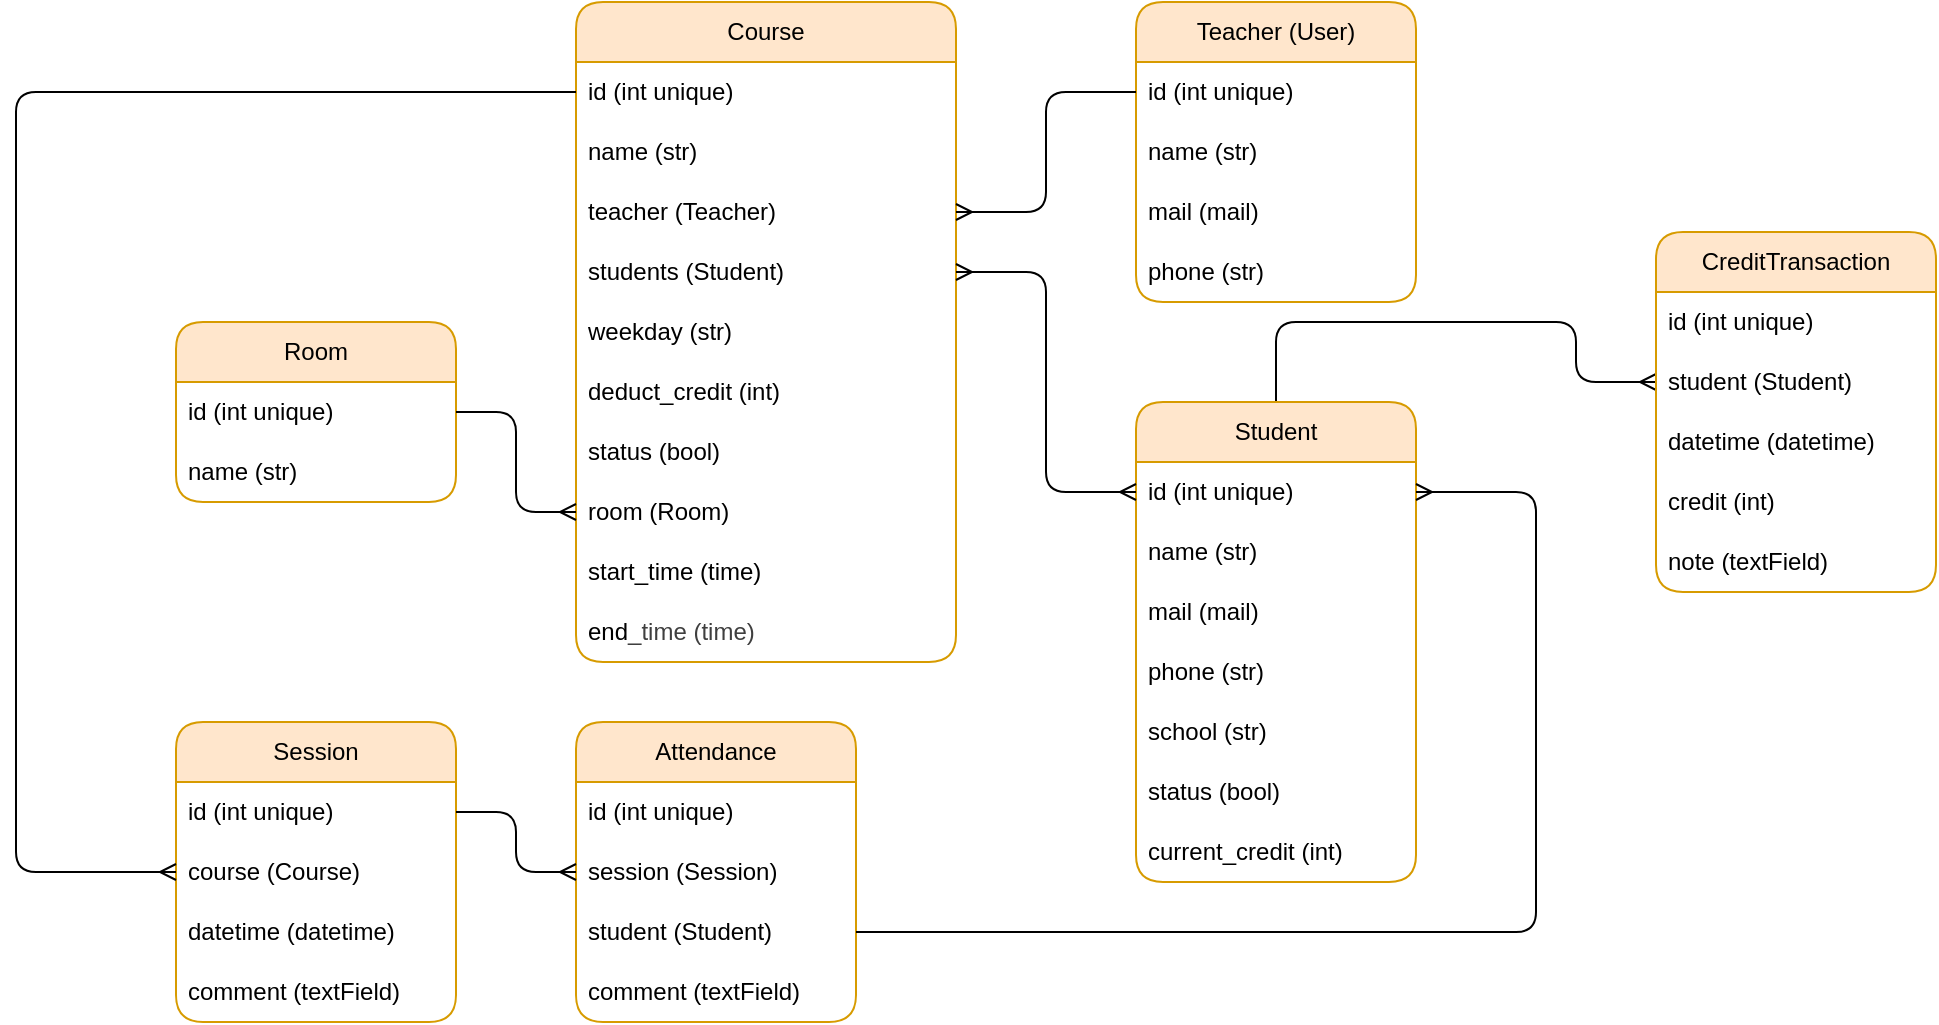
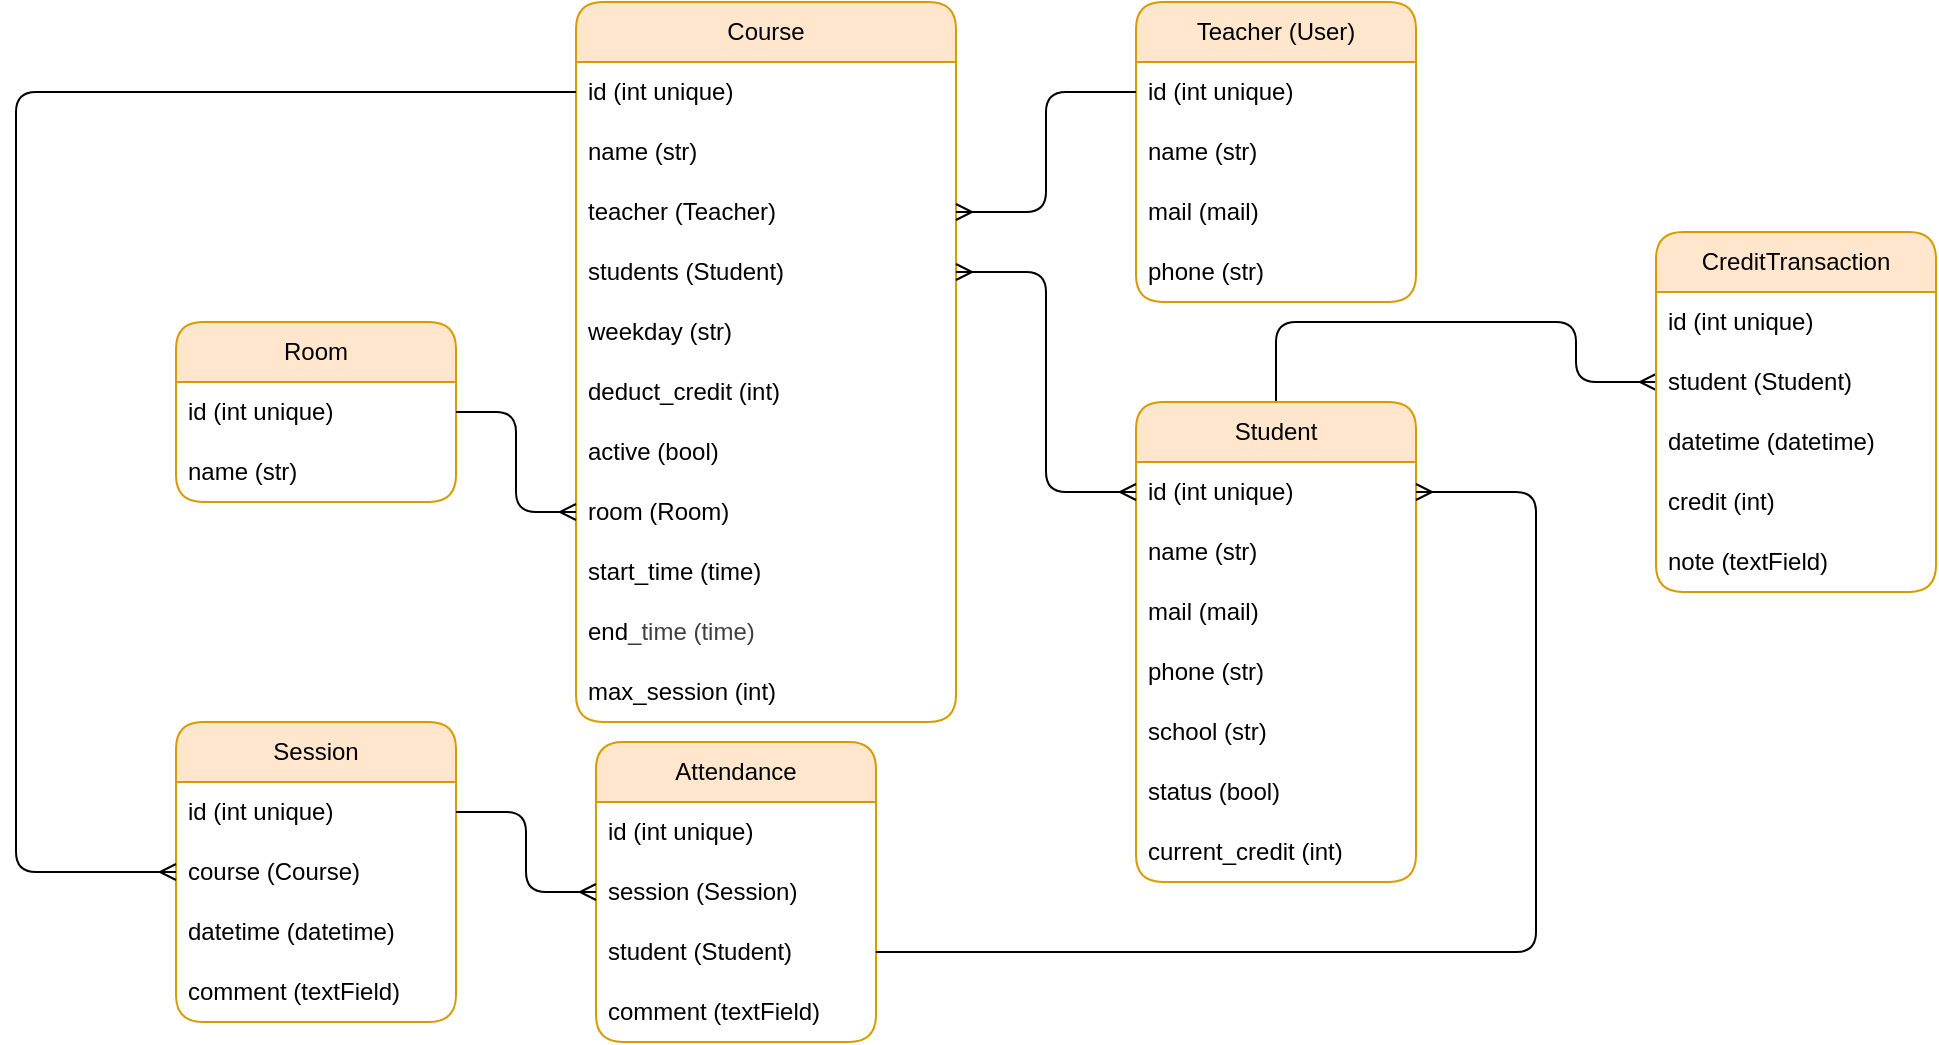
<mxfile host="65bd71144e">
    <diagram id="ccH93MqKZYoqVaAaKhyf" name="Page-1">
-         <mxGraphModel dx="1519" dy="264" grid="1" gridSize="10" guides="1" tooltips="1" connect="1" arrows="1" fold="1" page="1" pageScale="1" pageWidth="850" pageHeight="1100" math="0" shadow="0">
+         <mxGraphModel dx="1890" dy="1058" grid="1" gridSize="10" guides="1" tooltips="1" connect="1" arrows="1" fold="1" page="1" pageScale="1" pageWidth="850" pageHeight="1100" math="0" shadow="0">
            <root>
                <mxCell id="0"/>
                <mxCell id="1" parent="0"/>
                <mxCell id="13" value="Course" style="swimlane;fontStyle=0;childLayout=stackLayout;horizontal=1;startSize=30;horizontalStack=0;resizeParent=1;resizeParentMax=0;resizeLast=0;collapsible=1;marginBottom=0;whiteSpace=wrap;html=1;fillColor=#ffe6cc;strokeColor=#d79b00;perimeterSpacing=0;rounded=1;swimlaneLine=1;glass=0;shadow=0;strokeWidth=1;" parent="1" vertex="1">
-                     <mxGeometry x="240" y="40" width="190" height="330" as="geometry"/>
+                     <mxGeometry x="240" y="40" width="190" height="360" as="geometry"/>
                </mxCell>
                <mxCell id="39" value="id (int unique)&lt;span style=&quot;font-family: monospace; font-size: 0px; text-wrap-mode: nowrap;&quot;&gt;%3CmxGraphModel%3E%3Croot%3E%3CmxCell%20id%3D%220%22%2F%3E%3CmxCell%20id%3D%221%22%20parent%3D%220%22%2F%3E%3CmxCell%20id%3D%222%22%20value%3D%22name%20(str)%22%20style%3D%22text%3BstrokeColor%3Dnone%3BfillColor%3Dnone%3Balign%3Dleft%3BverticalAlign%3Dmiddle%3BspacingLeft%3D4%3BspacingRight%3D4%3Boverflow%3Dhidden%3Bpoints%3D%5B%5B0%2C0.5%5D%2C%5B1%2C0.5%5D%5D%3BportConstraint%3Deastwest%3Brotatable%3D0%3BwhiteSpace%3Dwrap%3Bhtml%3D1%3BfontFamily%3DHelvetica%3BfontSize%3D12%3BfontColor%3Ddefault%3BfontStyle%3D0%3B%22%20vertex%3D%221%22%20parent%3D%221%22%3E%3CmxGeometry%20x%3D%22520%22%20y%3D%2270%22%20width%3D%22140%22%20height%3D%2230%22%20as%3D%22geometry%22%2F%3E%3C%2FmxCell%3E%3C%2Froot%3E%3C%2FmxGraphModel%3E&lt;/span&gt;" style="text;strokeColor=none;fillColor=none;align=left;verticalAlign=middle;spacingLeft=4;spacingRight=4;overflow=hidden;points=[[0,0.5],[1,0.5]];portConstraint=eastwest;rotatable=0;whiteSpace=wrap;html=1;fontFamily=Helvetica;fontSize=12;fontColor=default;fontStyle=0;" parent="13" vertex="1">
                    <mxGeometry y="30" width="190" height="30" as="geometry"/>
                </mxCell>
                <mxCell id="14" value="name (str)" style="text;strokeColor=none;fillColor=none;align=left;verticalAlign=middle;spacingLeft=4;spacingRight=4;overflow=hidden;points=[[0,0.5],[1,0.5]];portConstraint=eastwest;rotatable=0;whiteSpace=wrap;html=1;" parent="13" vertex="1">
                    <mxGeometry y="60" width="190" height="30" as="geometry"/>
                </mxCell>
                <mxCell id="16" value="teacher (Teacher)" style="text;strokeColor=none;fillColor=none;align=left;verticalAlign=middle;spacingLeft=4;spacingRight=4;overflow=hidden;points=[[0,0.5],[1,0.5]];portConstraint=eastwest;rotatable=0;whiteSpace=wrap;html=1;" parent="13" vertex="1">
                    <mxGeometry y="90" width="190" height="30" as="geometry"/>
                </mxCell>
                <mxCell id="17" value="students (Student)" style="text;strokeColor=none;fillColor=none;align=left;verticalAlign=middle;spacingLeft=4;spacingRight=4;overflow=hidden;points=[[0,0.5],[1,0.5]];portConstraint=eastwest;rotatable=0;whiteSpace=wrap;html=1;" parent="13" vertex="1">
                    <mxGeometry y="120" width="190" height="30" as="geometry"/>
                </mxCell>
                <mxCell id="18" value="weekday (str)" style="text;strokeColor=none;fillColor=none;align=left;verticalAlign=middle;spacingLeft=4;spacingRight=4;overflow=hidden;points=[[0,0.5],[1,0.5]];portConstraint=eastwest;rotatable=0;whiteSpace=wrap;html=1;" parent="13" vertex="1">
                    <mxGeometry y="150" width="190" height="30" as="geometry"/>
                </mxCell>
                <mxCell id="58" value="deduct_credit (int)" style="text;strokeColor=none;fillColor=none;align=left;verticalAlign=middle;spacingLeft=4;spacingRight=4;overflow=hidden;points=[[0,0.5],[1,0.5]];portConstraint=eastwest;rotatable=0;whiteSpace=wrap;html=1;" parent="13" vertex="1">
                    <mxGeometry y="180" width="190" height="30" as="geometry"/>
                </mxCell>
-                 <mxCell id="19" value="status (bool)" style="text;strokeColor=none;fillColor=none;align=left;verticalAlign=middle;spacingLeft=4;spacingRight=4;overflow=hidden;points=[[0,0.5],[1,0.5]];portConstraint=eastwest;rotatable=0;whiteSpace=wrap;html=1;" parent="13" vertex="1">
+                 <mxCell id="19" value="active (bool)" style="text;strokeColor=none;fillColor=none;align=left;verticalAlign=middle;spacingLeft=4;spacingRight=4;overflow=hidden;points=[[0,0.5],[1,0.5]];portConstraint=eastwest;rotatable=0;whiteSpace=wrap;html=1;" parent="13" vertex="1">
                    <mxGeometry y="210" width="190" height="30" as="geometry"/>
                </mxCell>
                <mxCell id="20" value="room (Room)" style="text;strokeColor=none;fillColor=none;align=left;verticalAlign=middle;spacingLeft=4;spacingRight=4;overflow=hidden;points=[[0,0.5],[1,0.5]];portConstraint=eastwest;rotatable=0;whiteSpace=wrap;html=1;" parent="13" vertex="1">
                    <mxGeometry y="240" width="190" height="30" as="geometry"/>
                </mxCell>
                <mxCell id="21" value="start_time (time)" style="text;strokeColor=none;fillColor=none;align=left;verticalAlign=middle;spacingLeft=4;spacingRight=4;overflow=hidden;points=[[0,0.5],[1,0.5]];portConstraint=eastwest;rotatable=0;whiteSpace=wrap;html=1;" parent="13" vertex="1">
                    <mxGeometry y="270" width="190" height="30" as="geometry"/>
                </mxCell>
                <mxCell id="22" value="end&lt;span style=&quot;color: rgb(63, 63, 63); background-color: transparent;&quot;&gt;_time (time)&lt;/span&gt;" style="text;strokeColor=none;fillColor=none;align=left;verticalAlign=middle;spacingLeft=4;spacingRight=4;overflow=hidden;points=[[0,0.5],[1,0.5]];portConstraint=eastwest;rotatable=0;whiteSpace=wrap;html=1;" parent="13" vertex="1">
                    <mxGeometry y="300" width="190" height="30" as="geometry"/>
+                 </mxCell>
+                 <mxCell id="84" value="max_session (int)" style="text;strokeColor=none;fillColor=none;align=left;verticalAlign=middle;spacingLeft=4;spacingRight=4;overflow=hidden;points=[[0,0.5],[1,0.5]];portConstraint=eastwest;rotatable=0;whiteSpace=wrap;html=1;" vertex="1" parent="13">
+                     <mxGeometry y="330" width="190" height="30" as="geometry"/>
                </mxCell>
                <mxCell id="33" value="Teacher (User)" style="swimlane;fontStyle=0;childLayout=stackLayout;horizontal=1;startSize=30;horizontalStack=0;resizeParent=1;resizeParentMax=0;resizeLast=0;collapsible=1;marginBottom=0;whiteSpace=wrap;html=1;rounded=1;shadow=0;glass=0;strokeColor=#d79b00;strokeWidth=1;align=center;verticalAlign=middle;fontFamily=Helvetica;fontSize=12;fontColor=default;fillColor=#ffe6cc;" parent="1" vertex="1">
                    <mxGeometry x="520" y="40" width="140" height="150" as="geometry"/>
                </mxCell>
                <mxCell id="38" value="id (int unique)&lt;span style=&quot;font-family: monospace; font-size: 0px; text-wrap-mode: nowrap;&quot;&gt;%3CmxGraphModel%3E%3Croot%3E%3CmxCell%20id%3D%220%22%2F%3E%3CmxCell%20id%3D%221%22%20parent%3D%220%22%2F%3E%3CmxCell%20id%3D%222%22%20value%3D%22name%20(str)%22%20style%3D%22text%3BstrokeColor%3Dnone%3BfillColor%3Dnone%3Balign%3Dleft%3BverticalAlign%3Dmiddle%3BspacingLeft%3D4%3BspacingRight%3D4%3Boverflow%3Dhidden%3Bpoints%3D%5B%5B0%2C0.5%5D%2C%5B1%2C0.5%5D%5D%3BportConstraint%3Deastwest%3Brotatable%3D0%3BwhiteSpace%3Dwrap%3Bhtml%3D1%3BfontFamily%3DHelvetica%3BfontSize%3D12%3BfontColor%3Ddefault%3BfontStyle%3D0%3B%22%20vertex%3D%221%22%20parent%3D%221%22%3E%3CmxGeometry%20x%3D%22520%22%20y%3D%2270%22%20width%3D%22140%22%20height%3D%2230%22%20as%3D%22geometry%22%2F%3E%3C%2FmxCell%3E%3C%2Froot%3E%3C%2FmxGraphModel%3E&lt;/span&gt;" style="text;strokeColor=none;fillColor=none;align=left;verticalAlign=middle;spacingLeft=4;spacingRight=4;overflow=hidden;points=[[0,0.5],[1,0.5]];portConstraint=eastwest;rotatable=0;whiteSpace=wrap;html=1;fontFamily=Helvetica;fontSize=12;fontColor=default;fontStyle=0;" parent="33" vertex="1">
                    <mxGeometry y="30" width="140" height="30" as="geometry"/>
                </mxCell>
                <mxCell id="34" value="name (str)" style="text;strokeColor=none;fillColor=none;align=left;verticalAlign=middle;spacingLeft=4;spacingRight=4;overflow=hidden;points=[[0,0.5],[1,0.5]];portConstraint=eastwest;rotatable=0;whiteSpace=wrap;html=1;fontFamily=Helvetica;fontSize=12;fontColor=default;fontStyle=0;" parent="33" vertex="1">
                    <mxGeometry y="60" width="140" height="30" as="geometry"/>
                </mxCell>
                <mxCell id="35" value="mail (mail)" style="text;strokeColor=none;fillColor=none;align=left;verticalAlign=middle;spacingLeft=4;spacingRight=4;overflow=hidden;points=[[0,0.5],[1,0.5]];portConstraint=eastwest;rotatable=0;whiteSpace=wrap;html=1;fontFamily=Helvetica;fontSize=12;fontColor=default;fontStyle=0;" parent="33" vertex="1">
                    <mxGeometry y="90" width="140" height="30" as="geometry"/>
                </mxCell>
                <mxCell id="36" value="phone (str)" style="text;strokeColor=none;fillColor=none;align=left;verticalAlign=middle;spacingLeft=4;spacingRight=4;overflow=hidden;points=[[0,0.5],[1,0.5]];portConstraint=eastwest;rotatable=0;whiteSpace=wrap;html=1;fontFamily=Helvetica;fontSize=12;fontColor=default;fontStyle=0;" parent="33" vertex="1">
                    <mxGeometry y="120" width="140" height="30" as="geometry"/>
                </mxCell>
                <mxCell id="40" style="edgeStyle=orthogonalEdgeStyle;html=1;exitX=1;exitY=0.5;exitDx=0;exitDy=0;entryX=0;entryY=0.5;entryDx=0;entryDy=0;fontFamily=Helvetica;fontSize=12;fontColor=default;fontStyle=0;endArrow=none;endFill=0;startArrow=ERmany;startFill=0;" parent="1" source="16" target="38" edge="1">
                    <mxGeometry relative="1" as="geometry"/>
                </mxCell>
-                 <mxCell id="83" style="edgeStyle=orthogonalEdgeStyle;html=1;exitX=0.5;exitY=0;exitDx=0;exitDy=0;entryX=0;entryY=0.5;entryDx=0;entryDy=0;fontFamily=Helvetica;fontSize=12;fontColor=default;fontStyle=0;labelBackgroundColor=none;endArrow=ERmany;endFill=0;" edge="1" parent="1" source="41" target="79">
+                 <mxCell id="83" style="edgeStyle=orthogonalEdgeStyle;html=1;exitX=0.5;exitY=0;exitDx=0;exitDy=0;entryX=0;entryY=0.5;entryDx=0;entryDy=0;fontFamily=Helvetica;fontSize=12;fontColor=default;fontStyle=0;labelBackgroundColor=none;endArrow=ERmany;endFill=0;" parent="1" source="41" target="79" edge="1">
                    <mxGeometry relative="1" as="geometry">
                        <Array as="points">
                            <mxPoint x="590" y="200"/>
                            <mxPoint x="740" y="200"/>
                            <mxPoint x="740" y="230"/>
                        </Array>
                    </mxGeometry>
                </mxCell>
                <mxCell id="41" value="Student" style="swimlane;fontStyle=0;childLayout=stackLayout;horizontal=1;startSize=30;horizontalStack=0;resizeParent=1;resizeParentMax=0;resizeLast=0;collapsible=1;marginBottom=0;whiteSpace=wrap;html=1;rounded=1;shadow=0;glass=0;strokeColor=#d79b00;strokeWidth=1;align=center;verticalAlign=middle;fontFamily=Helvetica;fontSize=12;fontColor=default;labelBackgroundColor=none;fillColor=#ffe6cc;" parent="1" vertex="1">
                    <mxGeometry x="520" y="240" width="140" height="240" as="geometry"/>
                </mxCell>
                <mxCell id="42" value="id (int unique)" style="text;strokeColor=none;fillColor=none;align=left;verticalAlign=middle;spacingLeft=4;spacingRight=4;overflow=hidden;points=[[0,0.5],[1,0.5]];portConstraint=eastwest;rotatable=0;whiteSpace=wrap;html=1;fontFamily=Helvetica;fontSize=12;fontColor=default;fontStyle=0;labelBackgroundColor=none;" parent="41" vertex="1">
                    <mxGeometry y="30" width="140" height="30" as="geometry"/>
                </mxCell>
                <mxCell id="43" value="name (str)" style="text;strokeColor=none;fillColor=none;align=left;verticalAlign=middle;spacingLeft=4;spacingRight=4;overflow=hidden;points=[[0,0.5],[1,0.5]];portConstraint=eastwest;rotatable=0;whiteSpace=wrap;html=1;fontFamily=Helvetica;fontSize=12;fontColor=default;fontStyle=0;labelBackgroundColor=none;" parent="41" vertex="1">
                    <mxGeometry y="60" width="140" height="30" as="geometry"/>
                </mxCell>
                <mxCell id="44" value="mail (mail)" style="text;strokeColor=none;fillColor=none;align=left;verticalAlign=middle;spacingLeft=4;spacingRight=4;overflow=hidden;points=[[0,0.5],[1,0.5]];portConstraint=eastwest;rotatable=0;whiteSpace=wrap;html=1;fontFamily=Helvetica;fontSize=12;fontColor=default;fontStyle=0;labelBackgroundColor=none;" parent="41" vertex="1">
                    <mxGeometry y="90" width="140" height="30" as="geometry"/>
                </mxCell>
                <mxCell id="45" value="phone (str)" style="text;strokeColor=none;fillColor=none;align=left;verticalAlign=middle;spacingLeft=4;spacingRight=4;overflow=hidden;points=[[0,0.5],[1,0.5]];portConstraint=eastwest;rotatable=0;whiteSpace=wrap;html=1;fontFamily=Helvetica;fontSize=12;fontColor=default;fontStyle=0;labelBackgroundColor=none;" parent="41" vertex="1">
                    <mxGeometry y="120" width="140" height="30" as="geometry"/>
                </mxCell>
                <mxCell id="46" value="school (str)" style="text;strokeColor=none;fillColor=none;align=left;verticalAlign=middle;spacingLeft=4;spacingRight=4;overflow=hidden;points=[[0,0.5],[1,0.5]];portConstraint=eastwest;rotatable=0;whiteSpace=wrap;html=1;fontFamily=Helvetica;fontSize=12;fontColor=default;fontStyle=0;labelBackgroundColor=none;" parent="41" vertex="1">
                    <mxGeometry y="150" width="140" height="30" as="geometry"/>
                </mxCell>
                <mxCell id="47" value="status (bool)" style="text;strokeColor=none;fillColor=none;align=left;verticalAlign=middle;spacingLeft=4;spacingRight=4;overflow=hidden;points=[[0,0.5],[1,0.5]];portConstraint=eastwest;rotatable=0;whiteSpace=wrap;html=1;fontFamily=Helvetica;fontSize=12;fontColor=default;fontStyle=0;labelBackgroundColor=none;" parent="41" vertex="1">
                    <mxGeometry y="180" width="140" height="30" as="geometry"/>
                </mxCell>
                <mxCell id="70" value="current_credit (int)" style="text;strokeColor=none;fillColor=none;align=left;verticalAlign=middle;spacingLeft=4;spacingRight=4;overflow=hidden;points=[[0,0.5],[1,0.5]];portConstraint=eastwest;rotatable=0;whiteSpace=wrap;html=1;fontFamily=Helvetica;fontSize=12;fontColor=default;fontStyle=0;labelBackgroundColor=none;" parent="41" vertex="1">
                    <mxGeometry y="210" width="140" height="30" as="geometry"/>
                </mxCell>
                <mxCell id="48" style="edgeStyle=orthogonalEdgeStyle;shape=connector;rounded=1;html=1;exitX=1;exitY=0.5;exitDx=0;exitDy=0;entryX=0;entryY=0.5;entryDx=0;entryDy=0;strokeColor=default;align=center;verticalAlign=middle;fontFamily=Helvetica;fontSize=12;fontColor=default;fontStyle=0;labelBackgroundColor=none;endArrow=ERmany;endFill=0;startArrow=ERmany;startFill=0;" parent="1" source="17" target="42" edge="1">
                    <mxGeometry relative="1" as="geometry"/>
                </mxCell>
                <mxCell id="49" value="Room" style="swimlane;fontStyle=0;childLayout=stackLayout;horizontal=1;startSize=30;horizontalStack=0;resizeParent=1;resizeParentMax=0;resizeLast=0;collapsible=1;marginBottom=0;whiteSpace=wrap;html=1;rounded=1;shadow=0;glass=0;strokeColor=#d79b00;strokeWidth=1;align=center;verticalAlign=middle;fontFamily=Helvetica;fontSize=12;fontColor=default;labelBackgroundColor=none;fillColor=#ffe6cc;" parent="1" vertex="1">
                    <mxGeometry x="40" y="200" width="140" height="90" as="geometry"/>
                </mxCell>
                <mxCell id="50" value="id (int unique)" style="text;strokeColor=none;fillColor=none;align=left;verticalAlign=middle;spacingLeft=4;spacingRight=4;overflow=hidden;points=[[0,0.5],[1,0.5]];portConstraint=eastwest;rotatable=0;whiteSpace=wrap;html=1;fontFamily=Helvetica;fontSize=12;fontColor=default;fontStyle=0;labelBackgroundColor=none;" parent="49" vertex="1">
                    <mxGeometry y="30" width="140" height="30" as="geometry"/>
                </mxCell>
                <mxCell id="51" value="name (str)" style="text;strokeColor=none;fillColor=none;align=left;verticalAlign=middle;spacingLeft=4;spacingRight=4;overflow=hidden;points=[[0,0.5],[1,0.5]];portConstraint=eastwest;rotatable=0;whiteSpace=wrap;html=1;fontFamily=Helvetica;fontSize=12;fontColor=default;fontStyle=0;labelBackgroundColor=none;" parent="49" vertex="1">
                    <mxGeometry y="60" width="140" height="30" as="geometry"/>
                </mxCell>
                <mxCell id="53" style="edgeStyle=orthogonalEdgeStyle;shape=connector;rounded=1;html=1;exitX=1;exitY=0.5;exitDx=0;exitDy=0;entryX=0;entryY=0.5;entryDx=0;entryDy=0;strokeColor=default;align=center;verticalAlign=middle;fontFamily=Helvetica;fontSize=12;fontColor=default;fontStyle=0;labelBackgroundColor=none;endArrow=ERmany;endFill=0;" parent="1" source="50" target="20" edge="1">
                    <mxGeometry relative="1" as="geometry"/>
                </mxCell>
                <mxCell id="54" value="Session" style="swimlane;fontStyle=0;childLayout=stackLayout;horizontal=1;startSize=30;horizontalStack=0;resizeParent=1;resizeParentMax=0;resizeLast=0;collapsible=1;marginBottom=0;whiteSpace=wrap;html=1;rounded=1;shadow=0;glass=0;strokeColor=#d79b00;strokeWidth=1;align=center;verticalAlign=middle;fontFamily=Helvetica;fontSize=12;fontColor=default;labelBackgroundColor=none;fillColor=#ffe6cc;" parent="1" vertex="1">
                    <mxGeometry x="40" y="400" width="140" height="150" as="geometry"/>
                </mxCell>
                <mxCell id="55" value="id (int unique)" style="text;strokeColor=none;fillColor=none;align=left;verticalAlign=middle;spacingLeft=4;spacingRight=4;overflow=hidden;points=[[0,0.5],[1,0.5]];portConstraint=eastwest;rotatable=0;whiteSpace=wrap;html=1;fontFamily=Helvetica;fontSize=12;fontColor=default;fontStyle=0;labelBackgroundColor=none;" parent="54" vertex="1">
                    <mxGeometry y="30" width="140" height="30" as="geometry"/>
                </mxCell>
                <mxCell id="56" value="course (Course)" style="text;strokeColor=none;fillColor=none;align=left;verticalAlign=middle;spacingLeft=4;spacingRight=4;overflow=hidden;points=[[0,0.5],[1,0.5]];portConstraint=eastwest;rotatable=0;whiteSpace=wrap;html=1;fontFamily=Helvetica;fontSize=12;fontColor=default;fontStyle=0;labelBackgroundColor=none;" parent="54" vertex="1">
                    <mxGeometry y="60" width="140" height="30" as="geometry"/>
                </mxCell>
                <mxCell id="57" value="datetime (datetime)&lt;span style=&quot;font-family: monospace; font-size: 0px; text-wrap-mode: nowrap;&quot;&gt;%3CmxGraphModel%3E%3Croot%3E%3CmxCell%20id%3D%220%22%2F%3E%3CmxCell%20id%3D%221%22%20parent%3D%220%22%2F%3E%3CmxCell%20id%3D%222%22%20value%3D%22weekday%20(str)%22%20style%3D%22text%3BstrokeColor%3Dnone%3BfillColor%3Dnone%3Balign%3Dleft%3BverticalAlign%3Dmiddle%3BspacingLeft%3D4%3BspacingRight%3D4%3Boverflow%3Dhidden%3Bpoints%3D%5B%5B0%2C0.5%5D%2C%5B1%2C0.5%5D%5D%3BportConstraint%3Deastwest%3Brotatable%3D0%3BwhiteSpace%3Dwrap%3Bhtml%3D1%3B%22%20vertex%3D%221%22%20parent%3D%221%22%3E%3CmxGeometry%20x%3D%22240%22%20y%3D%22190%22%20width%3D%22190%22%20height%3D%2230%22%20as%3D%22geometry%22%2F%3E%3C%2FmxCell%3E%3C%2Froot%3E%3C%2FmxGraphModel%3E&lt;/span&gt;" style="text;strokeColor=none;fillColor=none;align=left;verticalAlign=middle;spacingLeft=4;spacingRight=4;overflow=hidden;points=[[0,0.5],[1,0.5]];portConstraint=eastwest;rotatable=0;whiteSpace=wrap;html=1;fontFamily=Helvetica;fontSize=12;fontColor=default;fontStyle=0;labelBackgroundColor=none;" parent="54" vertex="1">
                    <mxGeometry y="90" width="140" height="30" as="geometry"/>
                </mxCell>
                <mxCell id="61" value="comment (textField)" style="text;strokeColor=none;fillColor=none;align=left;verticalAlign=middle;spacingLeft=4;spacingRight=4;overflow=hidden;points=[[0,0.5],[1,0.5]];portConstraint=eastwest;rotatable=0;whiteSpace=wrap;html=1;fontFamily=Helvetica;fontSize=12;fontColor=default;fontStyle=0;labelBackgroundColor=none;" parent="54" vertex="1">
                    <mxGeometry y="120" width="140" height="30" as="geometry"/>
                </mxCell>
                <mxCell id="62" style="edgeStyle=orthogonalEdgeStyle;shape=connector;rounded=1;html=1;exitX=0;exitY=0.5;exitDx=0;exitDy=0;strokeColor=default;align=center;verticalAlign=middle;fontFamily=Helvetica;fontSize=12;fontColor=default;fontStyle=0;labelBackgroundColor=none;endArrow=none;endFill=0;entryX=0;entryY=0.5;entryDx=0;entryDy=0;startArrow=ERmany;startFill=0;" parent="1" source="56" target="39" edge="1">
                    <mxGeometry relative="1" as="geometry">
                        <mxPoint x="180" y="150" as="targetPoint"/>
                        <Array as="points">
                            <mxPoint x="-40" y="475"/>
                            <mxPoint x="-40" y="85"/>
                        </Array>
                    </mxGeometry>
                </mxCell>
                <mxCell id="63" value="Attendance" style="swimlane;fontStyle=0;childLayout=stackLayout;horizontal=1;startSize=30;horizontalStack=0;resizeParent=1;resizeParentMax=0;resizeLast=0;collapsible=1;marginBottom=0;whiteSpace=wrap;html=1;rounded=1;shadow=0;glass=0;strokeColor=#d79b00;strokeWidth=1;align=center;verticalAlign=middle;fontFamily=Helvetica;fontSize=12;fontColor=default;labelBackgroundColor=none;fillColor=#ffe6cc;" parent="1" vertex="1">
-                     <mxGeometry x="240" y="400" width="140" height="150" as="geometry"/>
+                     <mxGeometry x="250" y="410" width="140" height="150" as="geometry"/>
                </mxCell>
                <mxCell id="67" value="id (int unique)" style="text;strokeColor=none;fillColor=none;align=left;verticalAlign=middle;spacingLeft=4;spacingRight=4;overflow=hidden;points=[[0,0.5],[1,0.5]];portConstraint=eastwest;rotatable=0;whiteSpace=wrap;html=1;fontFamily=Helvetica;fontSize=12;fontColor=default;fontStyle=0;labelBackgroundColor=none;" parent="63" vertex="1">
                    <mxGeometry y="30" width="140" height="30" as="geometry"/>
                </mxCell>
                <mxCell id="64" value="session (Session)" style="text;strokeColor=none;fillColor=none;align=left;verticalAlign=middle;spacingLeft=4;spacingRight=4;overflow=hidden;points=[[0,0.5],[1,0.5]];portConstraint=eastwest;rotatable=0;whiteSpace=wrap;html=1;fontFamily=Helvetica;fontSize=12;fontColor=default;fontStyle=0;labelBackgroundColor=none;" parent="63" vertex="1">
                    <mxGeometry y="60" width="140" height="30" as="geometry"/>
                </mxCell>
                <mxCell id="65" value="student (Student)" style="text;strokeColor=none;fillColor=none;align=left;verticalAlign=middle;spacingLeft=4;spacingRight=4;overflow=hidden;points=[[0,0.5],[1,0.5]];portConstraint=eastwest;rotatable=0;whiteSpace=wrap;html=1;fontFamily=Helvetica;fontSize=12;fontColor=default;fontStyle=0;labelBackgroundColor=none;" parent="63" vertex="1">
                    <mxGeometry y="90" width="140" height="30" as="geometry"/>
                </mxCell>
                <mxCell id="66" value="comment (textField)" style="text;strokeColor=none;fillColor=none;align=left;verticalAlign=middle;spacingLeft=4;spacingRight=4;overflow=hidden;points=[[0,0.5],[1,0.5]];portConstraint=eastwest;rotatable=0;whiteSpace=wrap;html=1;fontFamily=Helvetica;fontSize=12;fontColor=default;fontStyle=0;labelBackgroundColor=none;" parent="63" vertex="1">
                    <mxGeometry y="120" width="140" height="30" as="geometry"/>
                </mxCell>
                <mxCell id="68" style="edgeStyle=orthogonalEdgeStyle;shape=connector;rounded=1;html=1;exitX=0;exitY=0.5;exitDx=0;exitDy=0;entryX=1;entryY=0.5;entryDx=0;entryDy=0;strokeColor=default;align=center;verticalAlign=middle;fontFamily=Helvetica;fontSize=12;fontColor=default;fontStyle=0;labelBackgroundColor=none;endArrow=none;endFill=0;startArrow=ERmany;startFill=0;" parent="1" source="64" target="55" edge="1">
                    <mxGeometry relative="1" as="geometry"/>
                </mxCell>
                <mxCell id="69" style="edgeStyle=orthogonalEdgeStyle;shape=connector;rounded=1;html=1;exitX=1;exitY=0.5;exitDx=0;exitDy=0;entryX=1;entryY=0.5;entryDx=0;entryDy=0;strokeColor=default;align=center;verticalAlign=middle;fontFamily=Helvetica;fontSize=12;fontColor=default;fontStyle=0;labelBackgroundColor=none;endArrow=none;endFill=0;startArrow=ERmany;startFill=0;" parent="1" source="42" target="65" edge="1">
                    <mxGeometry relative="1" as="geometry">
                        <Array as="points">
                            <mxPoint x="720" y="285"/>
-                             <mxPoint x="720" y="505"/>
+                             <mxPoint x="720" y="515"/>
                        </Array>
                    </mxGeometry>
                </mxCell>
-                 <mxCell id="77" value="CreditTransaction" style="swimlane;fontStyle=0;childLayout=stackLayout;horizontal=1;startSize=30;horizontalStack=0;resizeParent=1;resizeParentMax=0;resizeLast=0;collapsible=1;marginBottom=0;whiteSpace=wrap;html=1;rounded=1;shadow=0;glass=0;strokeColor=#d79b00;strokeWidth=1;align=center;verticalAlign=middle;fontFamily=Helvetica;fontSize=12;fontColor=default;labelBackgroundColor=none;fillColor=#ffe6cc;" vertex="1" parent="1">
+                 <mxCell id="77" value="CreditTransaction" style="swimlane;fontStyle=0;childLayout=stackLayout;horizontal=1;startSize=30;horizontalStack=0;resizeParent=1;resizeParentMax=0;resizeLast=0;collapsible=1;marginBottom=0;whiteSpace=wrap;html=1;rounded=1;shadow=0;glass=0;strokeColor=#d79b00;strokeWidth=1;align=center;verticalAlign=middle;fontFamily=Helvetica;fontSize=12;fontColor=default;labelBackgroundColor=none;fillColor=#ffe6cc;" parent="1" vertex="1">
                    <mxGeometry x="780" y="155" width="140" height="180" as="geometry"/>
                </mxCell>
-                 <mxCell id="78" value="id (int unique)" style="text;strokeColor=none;fillColor=none;align=left;verticalAlign=middle;spacingLeft=4;spacingRight=4;overflow=hidden;points=[[0,0.5],[1,0.5]];portConstraint=eastwest;rotatable=0;whiteSpace=wrap;html=1;fontFamily=Helvetica;fontSize=12;fontColor=default;fontStyle=0;labelBackgroundColor=none;" vertex="1" parent="77">
+                 <mxCell id="78" value="id (int unique)" style="text;strokeColor=none;fillColor=none;align=left;verticalAlign=middle;spacingLeft=4;spacingRight=4;overflow=hidden;points=[[0,0.5],[1,0.5]];portConstraint=eastwest;rotatable=0;whiteSpace=wrap;html=1;fontFamily=Helvetica;fontSize=12;fontColor=default;fontStyle=0;labelBackgroundColor=none;" parent="77" vertex="1">
                    <mxGeometry y="30" width="140" height="30" as="geometry"/>
                </mxCell>
-                 <mxCell id="79" value="student (Student)" style="text;strokeColor=none;fillColor=none;align=left;verticalAlign=middle;spacingLeft=4;spacingRight=4;overflow=hidden;points=[[0,0.5],[1,0.5]];portConstraint=eastwest;rotatable=0;whiteSpace=wrap;html=1;fontFamily=Helvetica;fontSize=12;fontColor=default;fontStyle=0;labelBackgroundColor=none;" vertex="1" parent="77">
+                 <mxCell id="79" value="student (Student)" style="text;strokeColor=none;fillColor=none;align=left;verticalAlign=middle;spacingLeft=4;spacingRight=4;overflow=hidden;points=[[0,0.5],[1,0.5]];portConstraint=eastwest;rotatable=0;whiteSpace=wrap;html=1;fontFamily=Helvetica;fontSize=12;fontColor=default;fontStyle=0;labelBackgroundColor=none;" parent="77" vertex="1">
                    <mxGeometry y="60" width="140" height="30" as="geometry"/>
                </mxCell>
-                 <mxCell id="82" value="datetime (datetime)" style="text;strokeColor=none;fillColor=none;align=left;verticalAlign=middle;spacingLeft=4;spacingRight=4;overflow=hidden;points=[[0,0.5],[1,0.5]];portConstraint=eastwest;rotatable=0;whiteSpace=wrap;html=1;fontFamily=Helvetica;fontSize=12;fontColor=default;fontStyle=0;labelBackgroundColor=none;" vertex="1" parent="77">
+                 <mxCell id="82" value="datetime (datetime)" style="text;strokeColor=none;fillColor=none;align=left;verticalAlign=middle;spacingLeft=4;spacingRight=4;overflow=hidden;points=[[0,0.5],[1,0.5]];portConstraint=eastwest;rotatable=0;whiteSpace=wrap;html=1;fontFamily=Helvetica;fontSize=12;fontColor=default;fontStyle=0;labelBackgroundColor=none;" parent="77" vertex="1">
                    <mxGeometry y="90" width="140" height="30" as="geometry"/>
                </mxCell>
-                 <mxCell id="81" value="credit (int)" style="text;strokeColor=none;fillColor=none;align=left;verticalAlign=middle;spacingLeft=4;spacingRight=4;overflow=hidden;points=[[0,0.5],[1,0.5]];portConstraint=eastwest;rotatable=0;whiteSpace=wrap;html=1;fontFamily=Helvetica;fontSize=12;fontColor=default;fontStyle=0;labelBackgroundColor=none;" vertex="1" parent="77">
+                 <mxCell id="81" value="credit (int)" style="text;strokeColor=none;fillColor=none;align=left;verticalAlign=middle;spacingLeft=4;spacingRight=4;overflow=hidden;points=[[0,0.5],[1,0.5]];portConstraint=eastwest;rotatable=0;whiteSpace=wrap;html=1;fontFamily=Helvetica;fontSize=12;fontColor=default;fontStyle=0;labelBackgroundColor=none;" parent="77" vertex="1">
                    <mxGeometry y="120" width="140" height="30" as="geometry"/>
                </mxCell>
-                 <mxCell id="80" value="note (textField)" style="text;strokeColor=none;fillColor=none;align=left;verticalAlign=middle;spacingLeft=4;spacingRight=4;overflow=hidden;points=[[0,0.5],[1,0.5]];portConstraint=eastwest;rotatable=0;whiteSpace=wrap;html=1;fontFamily=Helvetica;fontSize=12;fontColor=default;fontStyle=0;labelBackgroundColor=none;" vertex="1" parent="77">
+                 <mxCell id="80" value="note (textField)" style="text;strokeColor=none;fillColor=none;align=left;verticalAlign=middle;spacingLeft=4;spacingRight=4;overflow=hidden;points=[[0,0.5],[1,0.5]];portConstraint=eastwest;rotatable=0;whiteSpace=wrap;html=1;fontFamily=Helvetica;fontSize=12;fontColor=default;fontStyle=0;labelBackgroundColor=none;" parent="77" vertex="1">
                    <mxGeometry y="150" width="140" height="30" as="geometry"/>
                </mxCell>
            </root>
        </mxGraphModel>
    </diagram>
</mxfile>